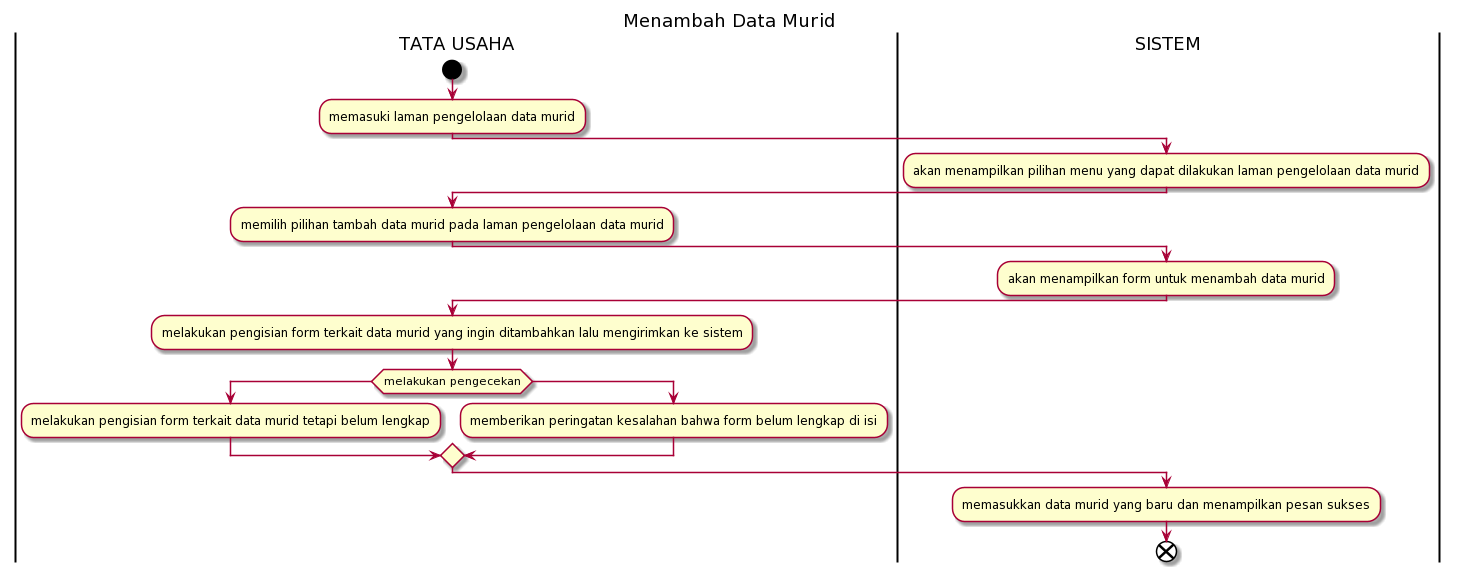
Above: activity_1_1.png in AgileRE-2021/UseTivy (PlantUML), before the change.
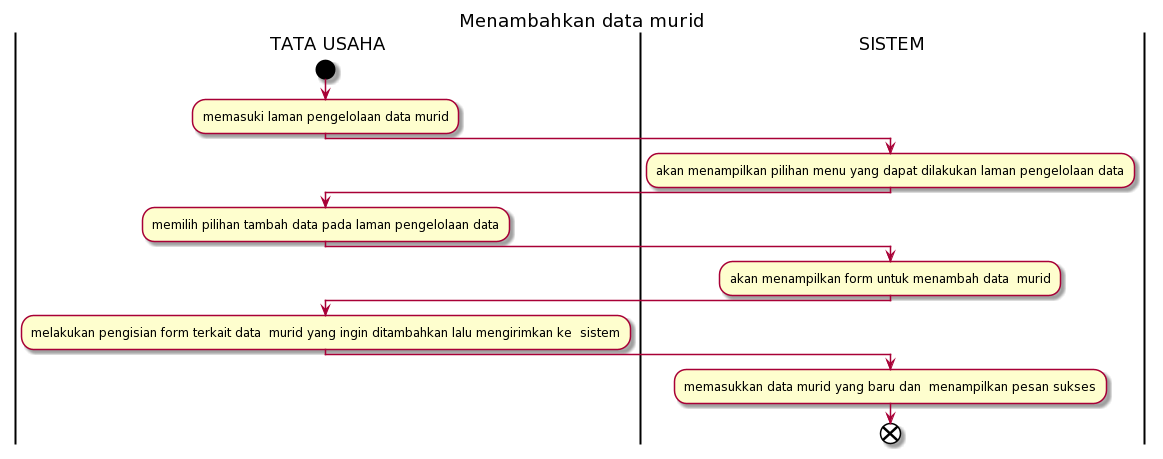
After the commit.

Diff of the diagram source:
```diff
@@ -1,23 +1,17 @@
 @startuml
-title Menambah Data Murid
+title Menambahkan data murid
 |TATA USAHA|
 start
 :memasuki laman pengelolaan data murid;
 |SISTEM|
-:akan menampilkan pilihan menu yang dapat dilakukan laman pengelolaan data murid;
+:akan menampilkan pilihan menu yang dapat dilakukan laman pengelolaan data;
 |TATA USAHA|
-:memilih pilihan tambah data murid pada laman pengelolaan data murid;
+:memilih pilihan tambah data pada laman pengelolaan data;
 |SISTEM|
-:akan menampilkan form untuk menambah data murid;
+:akan menampilkan form untuk menambah data  murid;
 |TATA USAHA|
-:melakukan pengisian form terkait data murid yang ingin ditambahkan lalu mengirimkan ke sistem;
-|TATA USAHA|
-if (melakukan pengecekan) then
- :melakukan pengisian form terkait data murid tetapi belum lengkap;
-else
-:memberikan peringatan kesalahan bahwa form belum lengkap di isi;
-endif
+:melakukan pengisian form terkait data  murid yang ingin ditambahkan lalu mengirimkan ke  sistem;
 |SISTEM|
-:memasukkan data murid yang baru dan menampilkan pesan sukses;
+:memasukkan data murid yang baru dan  menampilkan pesan sukses;
 end
 @enduml
```
